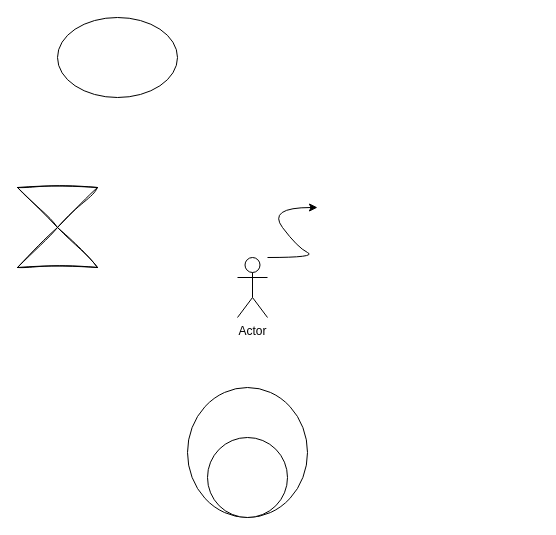
This is Diagram bez tytułu.drawio from Kokarollka/praca-dyplomowa-gr3, a draw.io file, before an edit. Source tidied: cells renumbered, new cells numbered last; positions are measured from the earlier drawing's top-left corner, leaving out a move shared by most shapes. Both pictures are drawn from the tidied source at 100%, with x=0, y=0 at pixel (17, 17).
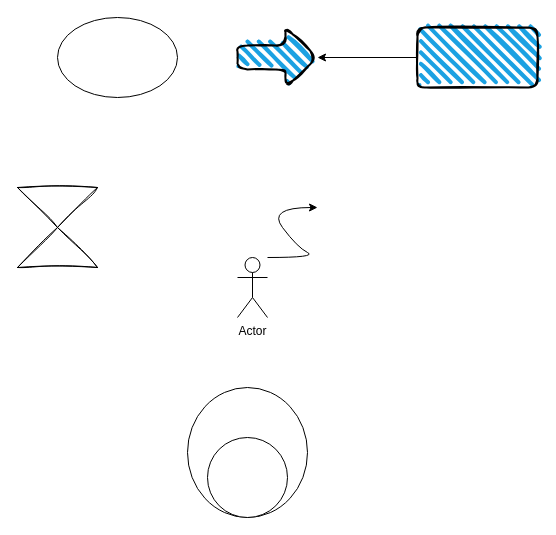
Above is the later version.

Commit message:
Zmiana diagramu

Diff of the diagram source:
```diff
@@
 <mxGraphModel>
   <root>
     <mxCell id="0" />
     <mxCell id="1" parent="0" />
     <mxCell id="2" value="Actor" style="shape=umlActor;verticalLabelPosition=bottom;verticalAlign=top;html=1;" parent="1" vertex="1">
       <mxGeometry x="220" y="240" width="30" height="60" as="geometry" />
     </mxCell>
     <mxCell id="3" style="curved=1;endArrow=classic;html=1;rounded=0;" parent="1" edge="1">
       <mxGeometry relative="1" as="geometry">
         <mxPoint x="250" y="240" as="sourcePoint" />
         <mxPoint x="300" y="190" as="targetPoint" />
         <Array as="points">
           <mxPoint x="300" y="240" />
           <mxPoint x="280" y="230" />
           <mxPoint x="250" y="190" />
         </Array>
       </mxGeometry>
     </mxCell>
     <mxCell id="4" style="ellipse;whiteSpace=wrap;html=1;" parent="1" vertex="1">
       <mxGeometry x="170" y="370" width="120" height="130" as="geometry" />
     </mxCell>
     <mxCell id="5" style="ellipse;whiteSpace=wrap;html=1;" parent="1" vertex="1">
       <mxGeometry x="190" y="420" width="80" height="80" as="geometry" />
     </mxCell>
     <mxCell id="6" style="ellipse;whiteSpace=wrap;html=1;" parent="1" vertex="1">
       <mxGeometry x="40" width="120" height="80" as="geometry" />
     </mxCell>
     <mxCell id="7" style="shape=collate;whiteSpace=wrap;html=1;sketch=1;hachureGap=4;jiggle=2;curveFitting=1;fontFamily=Architects Daughter;fontSize=20;" parent="1" vertex="1">
       <mxGeometry y="170" width="80" height="80" as="geometry" />
     </mxCell>
+    <mxCell id="8" style="edgeStyle=none;html=1;" parent="1" edge="1" source="9" target="10">
+      <mxGeometry relative="1" as="geometry" />
+    </mxCell>
+    <mxCell id="9" style="rounded=1;whiteSpace=wrap;html=1;strokeWidth=2;fillWeight=4;hachureGap=8;hachureAngle=45;fillColor=#1ba1e2;sketch=1;" parent="1" vertex="1">
+      <mxGeometry x="400" y="10" width="120" height="60" as="geometry" />
+    </mxCell>
+    <mxCell id="10" style="shape=singleArrow;whiteSpace=wrap;html=1;arrowWidth=0.4;arrowSize=0.4;fillColor=#1ba1e2;rounded=1;strokeWidth=2;fillWeight=4;hachureGap=8;hachureAngle=45;sketch=1;" parent="1" vertex="1">
+      <mxGeometry x="220" y="10" width="80" height="60" as="geometry" />
+    </mxCell>
   </root>
 </mxGraphModel>
```
